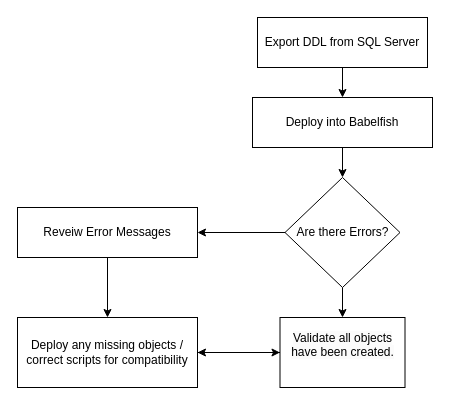
Above: Babelfish Deploy DDL Workflow.drawio in smpetersgithub/draw-diagrams-depot (draw.io), before the change. Source tidied: cells renumbered, new cells numbered last; positions are measured from the earlier drawing's top-left corner, leaving out a move shared by most shapes. Both pictures are drawn from the tidied source at 100%, with x=0, y=0 at pixel (17, 17).
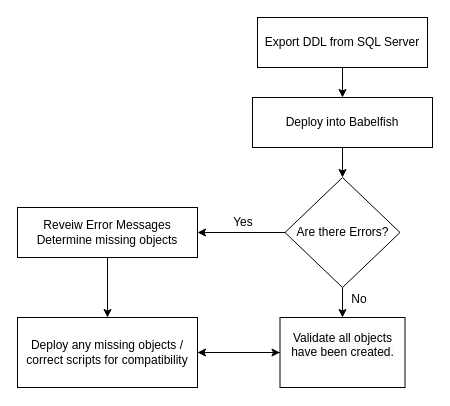
Above is the later version.

Change to the diagram source:
```diff
@@
 <mxGraphModel>
   <root>
     <mxCell id="0" />
     <mxCell id="1" parent="0" />
     <mxCell id="2" style="edgeStyle=orthogonalEdgeStyle;rounded=0;jettySize=auto;html=1;" parent="1" edge="1" source="3" target="6">
       <mxGeometry relative="1" as="geometry" />
     </mxCell>
     <mxCell id="3" value="Export DDL from SQL Server&lt;br&gt;" style="rounded=0;whiteSpace=wrap;html=1;" parent="1" vertex="1">
       <mxGeometry x="240" width="170" height="50" as="geometry" />
     </mxCell>
     <mxCell id="4" style="edgeStyle=orthogonalEdgeStyle;rounded=0;jettySize=auto;html=1;" parent="1" edge="1" source="14" target="10">
       <mxGeometry relative="1" as="geometry" />
     </mxCell>
     <mxCell id="5" style="edgeStyle=orthogonalEdgeStyle;rounded=0;jettySize=auto;html=1;" parent="1" edge="1" source="13" target="8">
       <mxGeometry relative="1" as="geometry" />
     </mxCell>
     <mxCell id="6" value="Deploy into Babelfish" style="rounded=0;whiteSpace=wrap;html=1;verticalAlign=middle;" parent="1" vertex="1">
       <mxGeometry x="235" y="80" width="180" height="50" as="geometry" />
     </mxCell>
     <mxCell id="7" style="edgeStyle=orthogonalEdgeStyle;rounded=0;jettySize=auto;html=1;entryX=1;entryY=0.5;entryDx=0;entryDy=0;" parent="1" edge="1" source="8" target="10">
       <mxGeometry relative="1" as="geometry" />
     </mxCell>
     <mxCell id="8" value="&#10;&lt;span style=&quot;color: rgb(0, 0, 0); font-family: Helvetica; font-size: 12px; font-style: normal; font-variant-ligatures: normal; font-variant-caps: normal; font-weight: 400; letter-spacing: normal; orphans: 2; text-align: center; text-indent: 0px; text-transform: none; widows: 2; word-spacing: 0px; -webkit-text-stroke-width: 0px; background-color: rgb(251, 251, 251); text-decoration-thickness: initial; text-decoration-style: initial; text-decoration-color: initial; float: none; display: inline !important;&quot;&gt;Validate all objects have been created.&lt;/span&gt;&#10;&#10;" style="rounded=0;whiteSpace=wrap;html=1;verticalAlign=middle;labelPosition=center;verticalLabelPosition=middle;align=center;" parent="1" vertex="1">
       <mxGeometry x="262.5" y="300" width="125" height="70" as="geometry" />
     </mxCell>
     <mxCell id="9" style="rounded=0;jettySize=auto;html=1;entryX=0;entryY=0.5;entryDx=0;entryDy=0;verticalAlign=middle;" parent="1" edge="1" source="10" target="8">
       <mxGeometry relative="1" as="geometry" />
     </mxCell>
     <mxCell id="10" value="Deploy any missing objects / correct scripts for compatibility" style="rounded=0;whiteSpace=wrap;html=1;" parent="1" vertex="1">
       <mxGeometry y="300" width="180" height="70" as="geometry" />
     </mxCell>
     <mxCell id="11" style="edgeStyle=orthogonalEdgeStyle;rounded=0;jettySize=auto;html=1;" parent="1" edge="1" source="6" target="13">
       <mxGeometry relative="1" as="geometry" />
     </mxCell>
     <mxCell id="12" style="edgeStyle=orthogonalEdgeStyle;rounded=0;jettySize=auto;html=1;entryX=1;entryY=0.5;entryDx=0;entryDy=0;" parent="1" edge="1" source="13" target="14">
       <mxGeometry relative="1" as="geometry" />
     </mxCell>
-    <mxCell id="13" value="Are there Errors?" style="rhombus;whiteSpace=wrap;html=1;" parent="1" vertex="1">
+    <mxCell id="13" value="Are there Errors?&lt;br&gt;" style="rhombus;whiteSpace=wrap;html=1;" parent="1" vertex="1">
       <mxGeometry x="267.5" y="160" width="115" height="110" as="geometry" />
     </mxCell>
-    <mxCell id="14" value="Reveiw Error Messages" style="rounded=0;whiteSpace=wrap;html=1;verticalAlign=middle;" parent="1" vertex="1">
+    <mxCell id="14" value="Reveiw Error Messages&lt;br&gt;Determine missing objects" style="rounded=0;whiteSpace=wrap;html=1;verticalAlign=middle;" parent="1" vertex="1">
       <mxGeometry y="190" width="180" height="50" as="geometry" />
     </mxCell>
+    <mxCell id="15" value="Yes" style="text;html=1;strokeColor=none;fillColor=none;align=center;verticalAlign=middle;whiteSpace=wrap;rounded=0;" parent="1" vertex="1">
+      <mxGeometry x="196" y="190" width="60" height="30" as="geometry" />
+    </mxCell>
+    <mxCell id="16" value="No" style="text;html=1;strokeColor=none;fillColor=none;align=center;verticalAlign=middle;whiteSpace=wrap;rounded=0;" parent="1" vertex="1">
+      <mxGeometry x="312" y="267" width="60" height="30" as="geometry" />
+    </mxCell>
   </root>
 </mxGraphModel>
```
